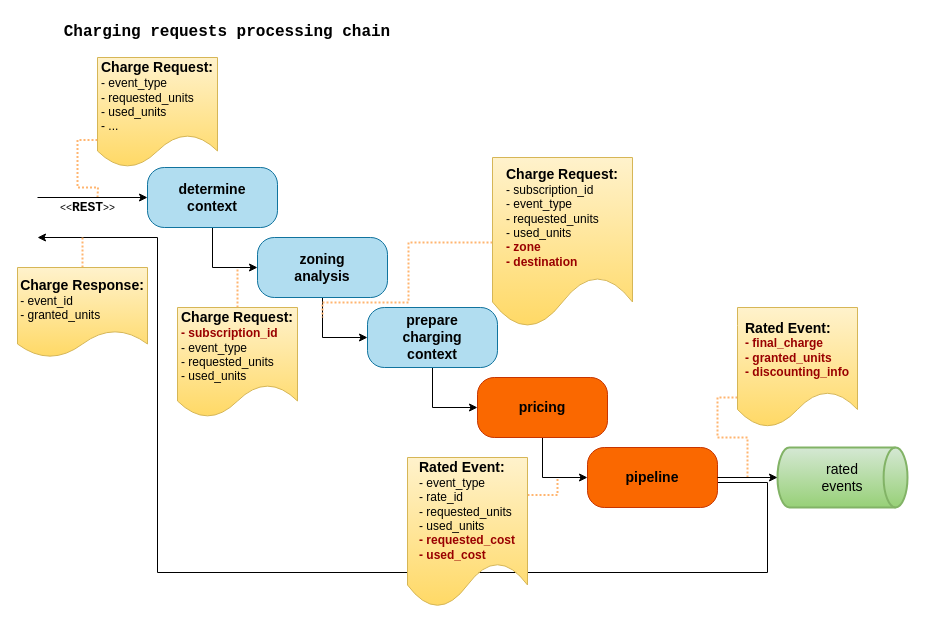
The draw.io diagram ratemind/ChargingRequestChain.drawio in arturd2/diagrams, before the edit. Source tidied: cells renumbered, new cells numbered last; positions are measured from the earlier drawing's top-left corner, leaving out a move shared by most shapes. Both pictures are drawn from the tidied source at 100%, with x=0, y=0 at pixel (17, 17).
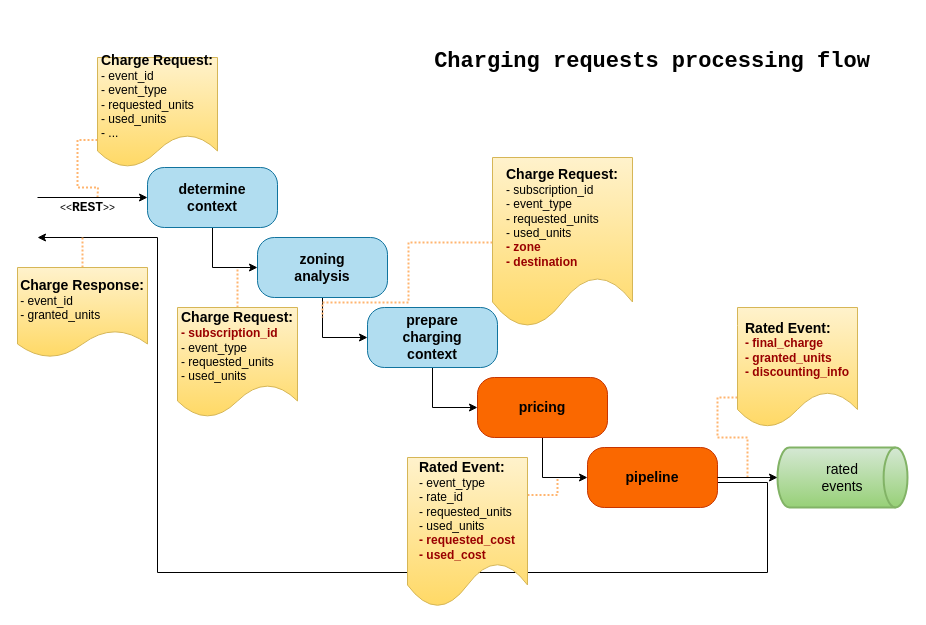
The same page after the edit.

Change to the diagram source:
```diff
@@
-    <mxCell id="6" value="&lt;b&gt;&lt;font style=&quot;font-size: 14px;&quot;&gt;Charge Request:&lt;/font&gt;&lt;/b&gt;&lt;div align=&quot;left&quot;&gt;- event_type&lt;/div&gt;&lt;div align=&quot;left&quot;&gt;- requested_units&lt;br&gt;- used_units&lt;/div&gt;&lt;div align=&quot;left&quot;&gt;- ...&lt;/div&gt;" style="shape=document;whiteSpace=wrap;html=1;boundedLbl=1;fillColor=#fff2cc;strokeColor=#d6b656;gradientColor=#ffd966;" parent="1" vertex="1">
+    <mxCell id="6" value="&lt;b&gt;&lt;font style=&quot;font-size: 14px;&quot;&gt;Charge Request:&lt;/font&gt;&lt;/b&gt;&lt;div align=&quot;left&quot;&gt;- event_id&lt;/div&gt;&lt;div align=&quot;left&quot;&gt;- event_type&lt;/div&gt;&lt;div align=&quot;left&quot;&gt;- requested_units&lt;br&gt;- used_units&lt;/div&gt;&lt;div align=&quot;left&quot;&gt;- ...&lt;/div&gt;" style="shape=document;whiteSpace=wrap;html=1;boundedLbl=1;fillColor=#fff2cc;strokeColor=#d6b656;gradientColor=#ffd966;" parent="1" vertex="1">
       <mxGeometry x="80" y="40" width="120" height="110" as="geometry" />
     </mxCell>
@@
-    <mxCell id="27" value="Charging requests processing chain" style="text;html=1;whiteSpace=wrap;strokeColor=none;fillColor=none;align=center;verticalAlign=middle;rounded=0;fontFamily=Courier New;fontSize=16;fontStyle=1;" parent="1" vertex="1">
-      <mxGeometry x="10" width="400" height="30" as="geometry" />
+    <mxCell id="27" value="Charging requests processing flow" style="text;html=1;whiteSpace=wrap;strokeColor=none;fillColor=none;align=center;verticalAlign=middle;rounded=0;fontFamily=Courier New;fontSize=22;fontStyle=1;" parent="1" vertex="1">
+      <mxGeometry x="380" y="10" width="510" height="70" as="geometry" />
     </mxCell>
```
